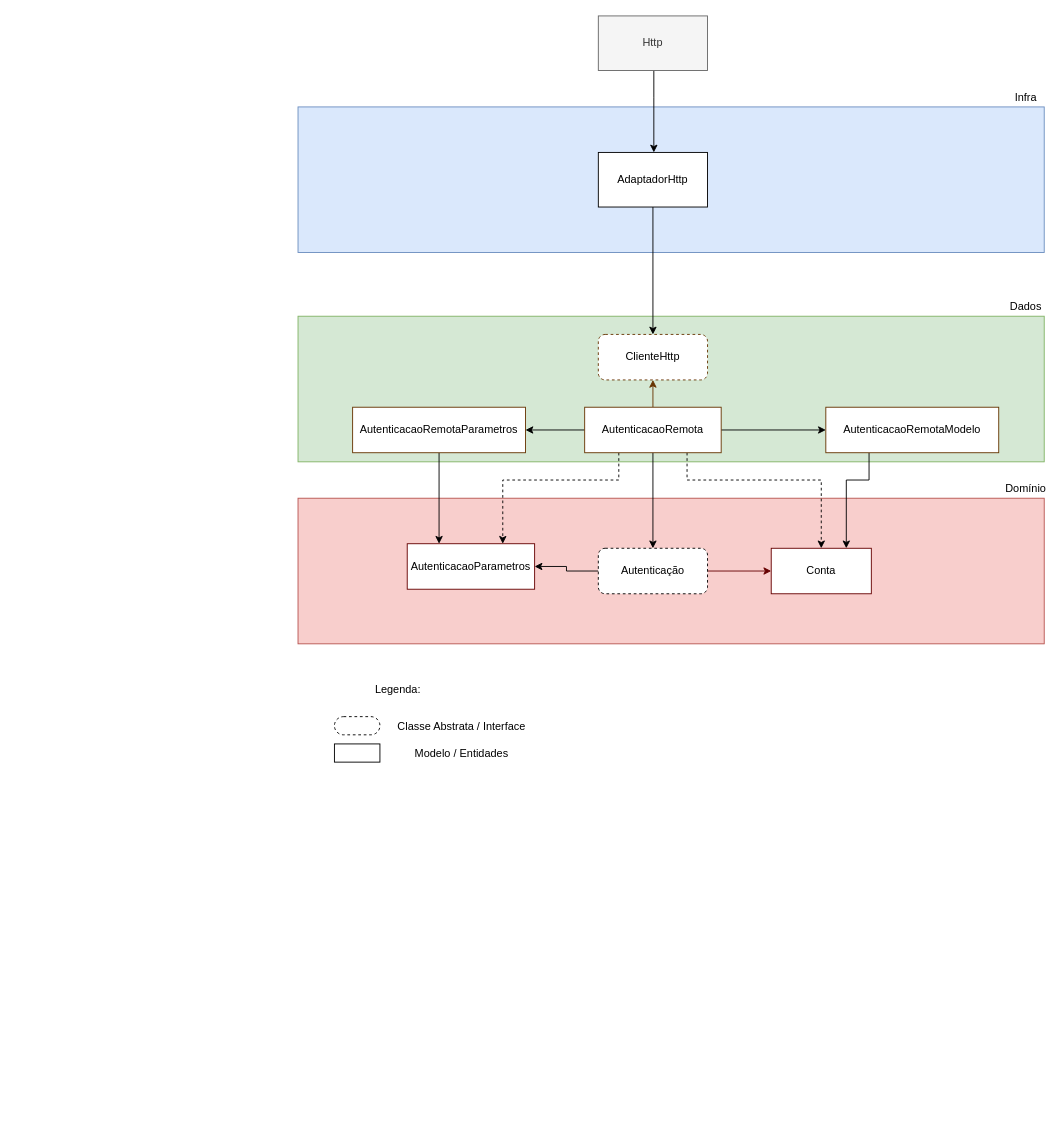
The draw.io diagram requisitos/Questionario - Flutter.drawio in brunopenha/questionario_flutter, before the edit. Source tidied: cells renumbered, new cells numbered last; positions are measured from the earlier drawing's top-left corner, leaving out a move shared by most shapes. Both pictures are drawn from the tidied source at 91%, with x=0, y=0 at pixel (298, 15).
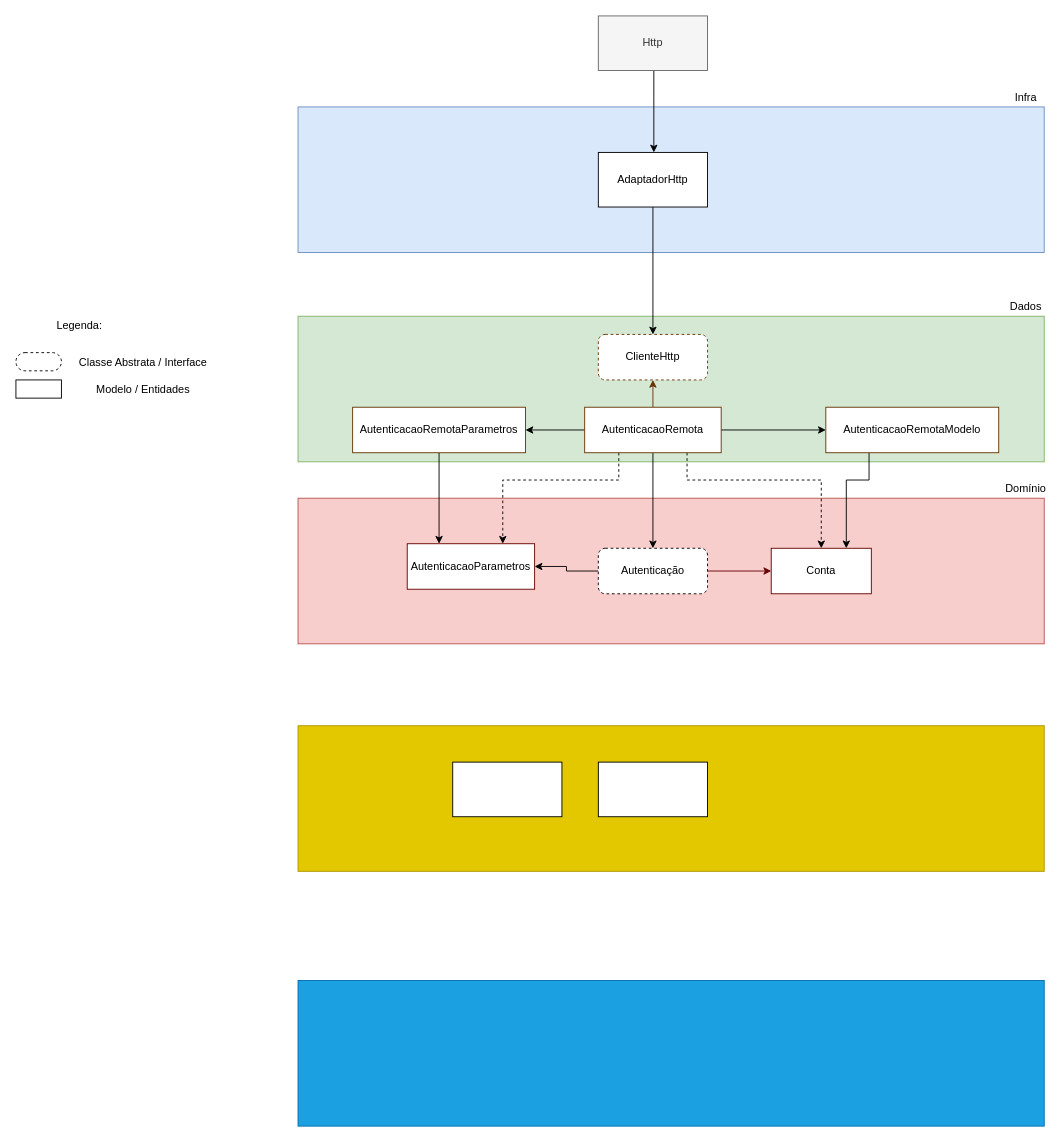
The same page after the edit.

Change to the diagram source:
```diff
@@
     <mxCell id="7" value="Classe Abstrata / Interface" style="text;html=1;strokeColor=none;fillColor=none;align=center;verticalAlign=middle;whiteSpace=wrap;rounded=0;" parent="1" vertex="1">
-      <mxGeometry x="90" y="780" width="180" as="geometry" />
+      <mxGeometry x="-260" y="380" width="180" as="geometry" />
     </mxCell>
     <mxCell id="8" value="Legenda:" style="text;html=1;strokeColor=none;fillColor=none;align=center;verticalAlign=middle;whiteSpace=wrap;rounded=0;" parent="1" vertex="1">
-      <mxGeometry x="90" y="730" width="40" height="20" as="geometry" />
+      <mxGeometry x="-260" y="330" width="40" height="20" as="geometry" />
     </mxCell>
     <mxCell id="9" style="rounded=1;whiteSpace=wrap;html=1;dashed=1;arcSize=50;" parent="1" vertex="1">
-      <mxGeometry x="40" y="770" width="50" height="20" as="geometry" />
+      <mxGeometry x="-310" y="370" width="50" height="20" as="geometry" />
     </mxCell>
@@
     <mxCell id="11" style="rounded=0;whiteSpace=wrap;html=1;arcSize=50;" parent="1" vertex="1">
-      <mxGeometry x="40" y="800" width="50" height="20" as="geometry" />
+      <mxGeometry x="-310" y="400" width="50" height="20" as="geometry" />
     </mxCell>
     <mxCell id="12" value="Modelo / Entidades" style="text;html=1;strokeColor=none;fillColor=none;align=center;verticalAlign=middle;whiteSpace=wrap;rounded=0;" parent="1" vertex="1">
-      <mxGeometry x="90" y="810" width="180" as="geometry" />
+      <mxGeometry x="-260" y="410" width="180" as="geometry" />
     </mxCell>
@@
+    <mxCell id="36" style="rounded=0;whiteSpace=wrap;html=1;fillColor=#e3c800;strokeColor=#B09500;fontColor=#000000;" parent="1" vertex="1">
+      <mxGeometry y="780" width="820" height="160" as="geometry" />
+    </mxCell>
+    <mxCell id="37" style="rounded=0;whiteSpace=wrap;html=1;fillColor=#1ba1e2;strokeColor=#006EAF;fontColor=#ffffff;" parent="1" vertex="1">
+      <mxGeometry y="1060" width="820" height="160" as="geometry" />
+    </mxCell>
+    <mxCell id="38" style="rounded=0;whiteSpace=wrap;html=1;" parent="1" vertex="1">
+      <mxGeometry x="170" y="820" width="120" height="60" as="geometry" />
+    </mxCell>
+    <mxCell id="39" style="rounded=0;whiteSpace=wrap;html=1;" parent="1" vertex="1">
+      <mxGeometry x="330" y="820" width="120" height="60" as="geometry" />
+    </mxCell>
```
